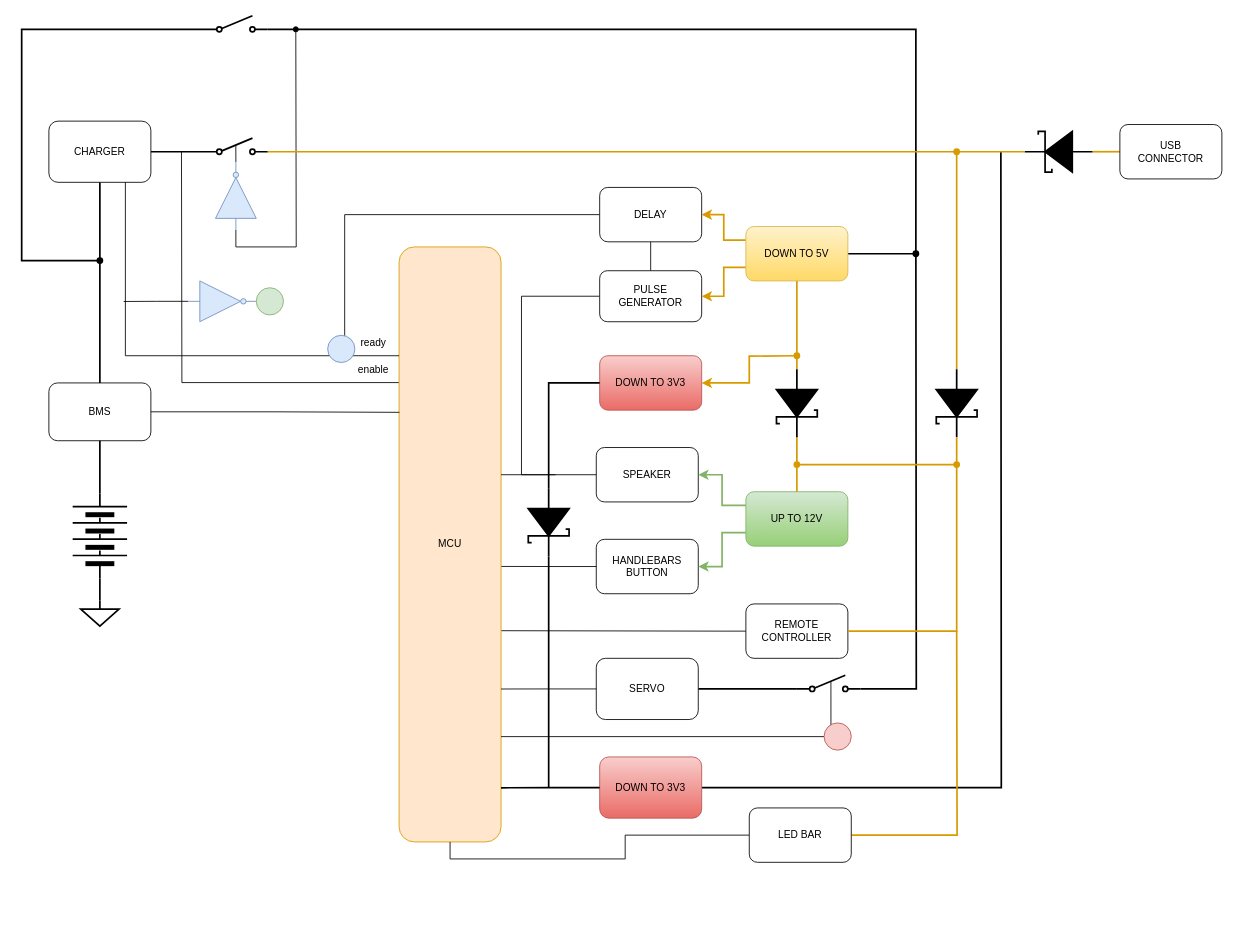
Before: doc/new_rembrake_hw_diagram.drawio in dodotronix/RemBrake, a draw.io diagram. Source tidied: cells renumbered, new cells numbered last; positions are measured from the earlier drawing's top-left corner, leaving out a move shared by most shapes. Both pictures are drawn from the tidied source at 85%, with x=0, y=0 at pixel (21, 15).
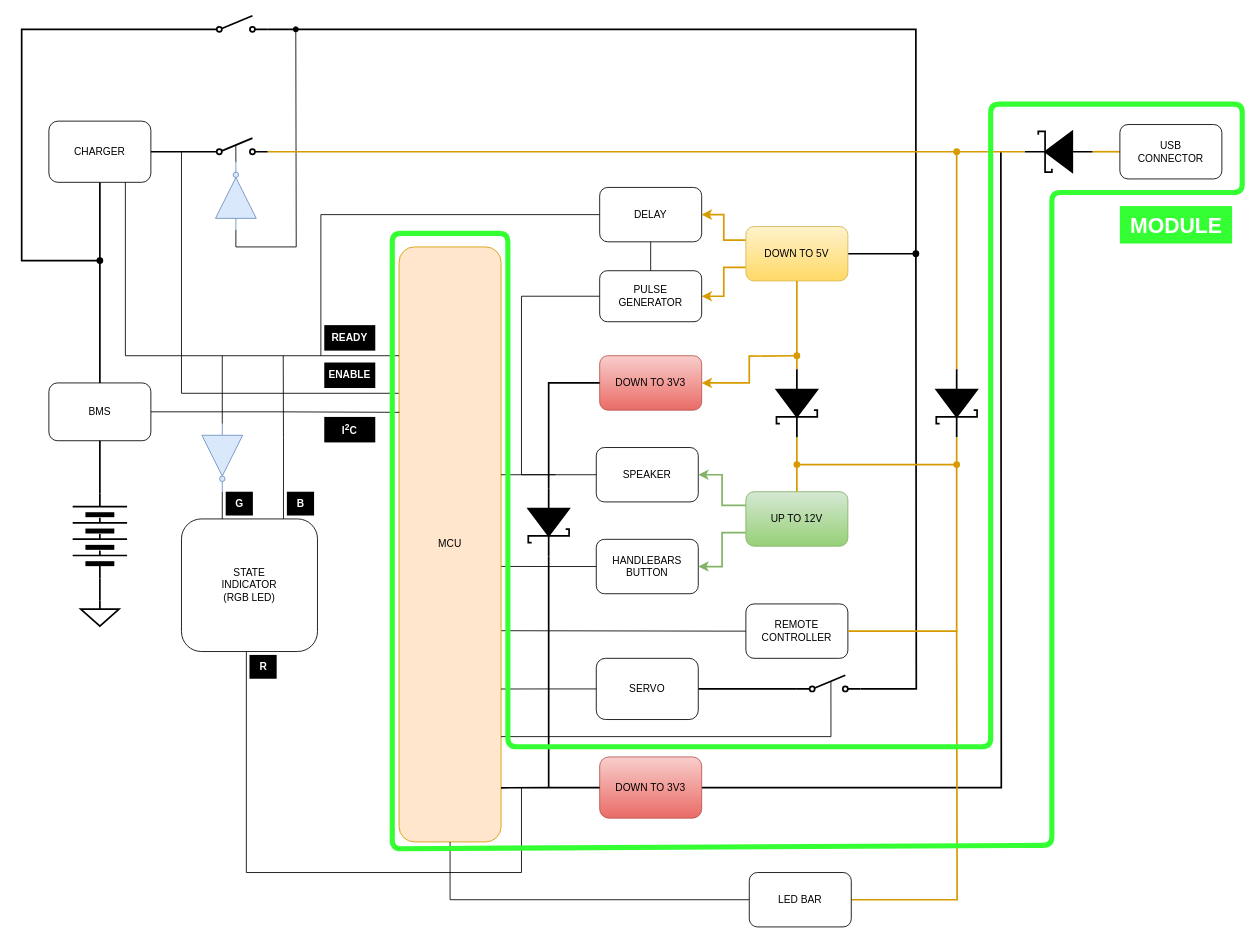
Above is the later version.

Commit message:
marked module and added RGB indicator and some labels for the wires

Unchanged cells that the change refers to:
```xml
<mxCell id="3" value="MCU" style="rounded=1;whiteSpace=wrap;html=1;fillColor=#ffe6cc;strokeColor=#d79b00;" parent="1" vertex="1">
  <mxGeometry x="444" y="272" width="120" height="700" as="geometry" />
</mxCell>
<mxCell id="25" value="DELAY" style="rounded=1;whiteSpace=wrap;html=1;" parent="1" vertex="1">
  <mxGeometry x="680" y="202" width="120" height="64" as="geometry" />
</mxCell>
```

What changed in the source:
```diff
@@
-    <mxCell id="2" style="edgeStyle=orthogonalEdgeStyle;rounded=0;jettySize=auto;html=1;exitX=0.001;exitY=0.228;exitDx=0;exitDy=0;exitPerimeter=0;endArrow=none;startFill=0;" parent="1" edge="1" source="3">
+    <mxCell id="2" style="edgeStyle=orthogonalEdgeStyle;rounded=0;jettySize=auto;html=1;exitX=-0.002;exitY=0.246;exitDx=0;exitDy=0;exitPerimeter=0;endArrow=none;startFill=0;" parent="1" edge="1" source="3">
       <mxGeometry relative="1" as="geometry">
         <mxPoint x="188" y="160" as="targetPoint" />
+        <Array as="points">
+          <mxPoint x="188" y="444" />
+        </Array>
       </mxGeometry>
     </mxCell>
@@
     <mxCell id="24" style="edgeStyle=orthogonalEdgeStyle;rounded=0;jettySize=auto;html=1;exitX=0;exitY=0.5;exitDx=0;exitDy=0;endArrow=none;startFill=0;" parent="1" edge="1" source="25">
       <mxGeometry relative="1" as="geometry">
-        <mxPoint x="380" y="400" as="targetPoint" />
+        <mxPoint x="352" y="400" as="targetPoint" />
         <Array as="points">
-          <mxPoint x="380" y="234" />
-          <mxPoint x="380" y="400" />
+          <mxPoint x="352" y="234" />
+          <mxPoint x="352" y="400" />
         </Array>
       </mxGeometry>
     </mxCell>
@@
-    <mxCell id="60" value="ready" style="text;strokeColor=none;align=center;fillColor=none;html=1;verticalAlign=middle;whiteSpace=wrap;rounded=0;" parent="1" vertex="1">
-      <mxGeometry x="384" y="370" width="60" height="30" as="geometry" />
+    <mxCell id="60" value="&lt;b&gt;&lt;font style=&quot;color: rgb(255, 255, 255);&quot;&gt;READY&lt;/font&gt;&lt;/b&gt;" style="text;strokeColor=none;align=center;fillColor=#000000;html=1;verticalAlign=middle;whiteSpace=wrap;rounded=0;" parent="1" vertex="1">
+      <mxGeometry x="356" y="364" width="60" height="30" as="geometry" />
     </mxCell>
-    <mxCell id="61" value="enable" style="text;strokeColor=none;align=center;fillColor=none;html=1;verticalAlign=middle;whiteSpace=wrap;rounded=0;" parent="1" vertex="1">
-      <mxGeometry x="384" y="402" width="60" height="30" as="geometry" />
+    <mxCell id="61" value="&lt;b&gt;&lt;font style=&quot;color: rgb(255, 255, 255);&quot;&gt;ENABLE&lt;/font&gt;&lt;/b&gt;" style="text;strokeColor=none;align=center;fillColor=#000000;html=1;verticalAlign=middle;whiteSpace=wrap;rounded=0;" parent="1" vertex="1">
+      <mxGeometry x="356" y="408" width="60" height="30" as="geometry" />
     </mxCell>
@@
     <mxCell id="67" value="LED BAR" style="rounded=1;whiteSpace=wrap;html=1;" parent="1" vertex="1">
-      <mxGeometry x="856" y="932" width="120" height="64" as="geometry" />
+      <mxGeometry x="856" y="1008" width="120" height="64" as="geometry" />
     </mxCell>
-    <mxCell id="68" style="ellipse;whiteSpace=wrap;html=1;fillColor=#f8cecc;strokeColor=#b85450;" parent="1" vertex="1">
-      <mxGeometry x="944" y="832" width="32" height="32" as="geometry" />
-    </mxCell>
-    <mxCell id="69" style="ellipse;whiteSpace=wrap;html=1;fillColor=#dae8fc;strokeColor=#6c8ebf;" parent="1" vertex="1">
-      <mxGeometry x="360" y="376" width="32" height="32" as="geometry" />
-    </mxCell>
-    <mxCell id="70" style="ellipse;whiteSpace=wrap;html=1;fillColor=#d5e8d4;strokeColor=#82b366;" parent="1" vertex="1">
-      <mxGeometry x="276" y="320" width="32" height="32" as="geometry" />
-    </mxCell>
-    <mxCell id="71" style="edgeStyle=orthogonalEdgeStyle;rounded=0;jettySize=auto;html=1;exitX=0;exitY=0.5;exitDx=0;exitDy=0;exitPerimeter=0;endArrow=none;startFill=0;" parent="1" edge="1" source="72">
-      <mxGeometry relative="1" as="geometry">
-        <mxPoint x="120" y="336.2" as="targetPoint" />
-      </mxGeometry>
-    </mxCell>
+    <mxCell id="73" style="edgeStyle=orthogonalEdgeStyle;rounded=0;jettySize=auto;html=1;exitX=0;exitY=0.5;exitDx=0;exitDy=0;exitPerimeter=0;endArrow=none;startFill=0;" parent="1" edge="1" source="72">
+      <mxGeometry relative="1" as="geometry">
+        <mxPoint x="236" y="400" as="targetPoint" />
+      </mxGeometry>
+    </mxCell>
-    <mxCell id="72" style="verticalLabelPosition=bottom;shadow=0;dashed=0;align=center;html=1;verticalAlign=top;shape=mxgraph.electrical.logic_gates.inverter_2;rotation=0;fillColor=#dae8fc;strokeColor=#6c8ebf;" parent="1" vertex="1">
-      <mxGeometry x="196" y="312" width="80" height="48" as="geometry" />
+    <mxCell id="72" style="verticalLabelPosition=bottom;shadow=0;dashed=0;align=center;html=1;verticalAlign=top;shape=mxgraph.electrical.logic_gates.inverter_2;rotation=90;fillColor=#dae8fc;strokeColor=#6c8ebf;" parent="1" vertex="1">
+      <mxGeometry x="196" y="496" width="80" height="48" as="geometry" />
     </mxCell>
+    <mxCell id="74" style="edgeStyle=orthogonalEdgeStyle;rounded=0;jettySize=auto;html=1;exitX=0.75;exitY=0;exitDx=0;exitDy=0;endArrow=none;startFill=0;" parent="1" edge="1" source="76">
+      <mxGeometry relative="1" as="geometry">
+        <mxPoint x="307.7" y="400" as="targetPoint" />
+      </mxGeometry>
+    </mxCell>
+    <mxCell id="75" style="edgeStyle=orthogonalEdgeStyle;rounded=0;jettySize=auto;html=1;endArrow=none;startFill=0;exitX=0.477;exitY=0.999;exitDx=0;exitDy=0;exitPerimeter=0;" parent="1" edge="1" source="76">
+      <mxGeometry relative="1" as="geometry">
+        <mxPoint x="588" y="908" as="targetPoint" />
+        <Array as="points">
+          <mxPoint x="264" y="1008" />
+          <mxPoint x="588" y="1008" />
+        </Array>
+      </mxGeometry>
+    </mxCell>
+    <mxCell id="76" value="STATE&lt;div&gt;INDICATOR&lt;/div&gt;&lt;div&gt;(RGB LED)&lt;/div&gt;" style="rounded=1;whiteSpace=wrap;html=1;" parent="1" vertex="1">
+      <mxGeometry x="188" y="592" width="160" height="156" as="geometry" />
+    </mxCell>
+    <mxCell id="77" style="edgeStyle=orthogonalEdgeStyle;rounded=0;jettySize=auto;html=1;exitX=1;exitY=0.5;exitDx=0;exitDy=0;exitPerimeter=0;entryX=0.3;entryY=0.001;entryDx=0;entryDy=0;entryPerimeter=0;endArrow=none;startFill=0;" parent="1" edge="1" source="72" target="76">
+      <mxGeometry relative="1" as="geometry" />
+    </mxCell>
+    <mxCell id="78" value="&lt;b&gt;&lt;font style=&quot;color: rgb(255, 255, 255);&quot;&gt;R&lt;/font&gt;&lt;/b&gt;" style="text;html=1;align=center;verticalAlign=middle;strokeColor=none;fillColor=#000000;" parent="1" vertex="1">
+      <mxGeometry x="268" y="752" width="32" height="28" as="geometry" />
+    </mxCell>
+    <mxCell id="79" value="&lt;b&gt;&lt;font style=&quot;color: rgb(255, 255, 255);&quot;&gt;G&lt;/font&gt;&lt;/b&gt;" style="text;html=1;align=center;verticalAlign=middle;strokeColor=none;fillColor=#000000;" parent="1" vertex="1">
+      <mxGeometry x="240" y="560" width="32" height="28" as="geometry" />
+    </mxCell>
+    <mxCell id="80" value="&lt;b&gt;&lt;font style=&quot;color: rgb(255, 255, 255);&quot;&gt;B&lt;/font&gt;&lt;/b&gt;" style="text;html=1;align=center;verticalAlign=middle;strokeColor=none;fillColor=#000000;" parent="1" vertex="1">
+      <mxGeometry x="312" y="560" width="32" height="28" as="geometry" />
+    </mxCell>
+    <mxCell id="81" style="edgeStyle=none;orthogonalLoop=1;jettySize=auto;html=1;rounded=1;endArrow=none;startFill=0;curved=0;strokeColor=#33FF33;strokeWidth=6;" parent="1" edge="1">
+      <mxGeometry relative="1" as="geometry">
+        <mxPoint x="436" y="288" as="sourcePoint" />
+        <mxPoint x="436" y="288" as="targetPoint" />
+        <Array as="points">
+          <mxPoint x="436" y="980" />
+          <mxPoint x="1212" y="976" />
+          <mxPoint x="1212" y="208" />
+          <mxPoint x="1436" y="208" />
+          <mxPoint x="1436" y="104" />
+          <mxPoint x="1140" y="104" />
+          <mxPoint x="1140" y="860" />
+          <mxPoint x="572" y="860" />
+          <mxPoint x="572" y="256" />
+          <mxPoint x="436" y="256" />
+        </Array>
+      </mxGeometry>
+    </mxCell>
+    <mxCell id="82" value="&lt;font style=&quot;font-size: 25px; color: rgb(255, 255, 255);&quot;&gt;&lt;b&gt;MODULE&lt;/b&gt;&lt;/font&gt;" style="text;html=1;align=center;verticalAlign=middle;strokeColor=none;fillColor=#33FF33;" parent="1" vertex="1">
+      <mxGeometry x="1292" y="224" width="132" height="44" as="geometry" />
+    </mxCell>
+    <mxCell id="83" value="&lt;b&gt;&lt;font style=&quot;color: rgb(255, 255, 255);&quot;&gt;I&lt;sup&gt;2&lt;/sup&gt;C&lt;/font&gt;&lt;/b&gt;" style="text;strokeColor=none;align=center;fillColor=#000000;html=1;verticalAlign=middle;whiteSpace=wrap;rounded=0;" parent="1" vertex="1">
+      <mxGeometry x="356" y="472" width="60" height="30" as="geometry" />
+    </mxCell>
```
